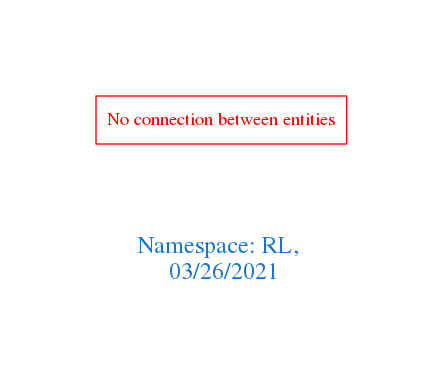
arago/OGIT keeps this Graphviz diagram as downloads/RL.png. Above is the earlier version. Its source is kept beside it as downloads/RL.dot.
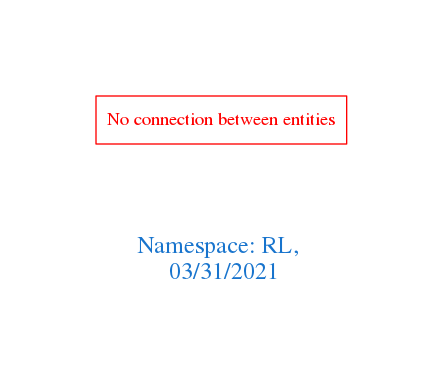
Above is the later version.

Change to the diagram source:
```diff
@@ -1,7 +1,7 @@
 digraph OGIT_ontology {
  graph [ rankdir= LR,pad=1
 fontsize = 18,
-fontcolor= dodgerblue3,label = "\n\n\nNamespace: RL, \n 03/26/2021"];
+fontcolor= dodgerblue3,label = "\n\n\nNamespace: RL, \n 03/31/2021"];
 node[shape=polygon];
 edge [  color="gray81"];
 
```
